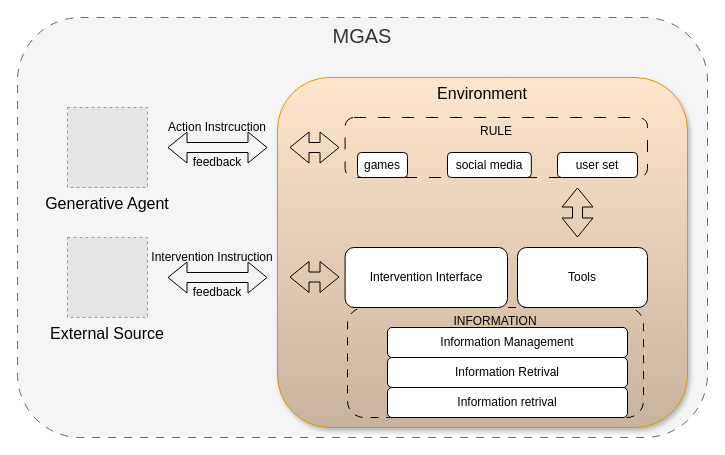
Before: page "Construction_simulation" (3 of 6) of Sim_Survey.drawio in bianhua-12/Multi-generative_Agent_System_survey, a draw.io diagram. Source tidied: cells renumbered, new cells numbered last; positions are measured from the earlier drawing's top-left corner, leaving out a move shared by most shapes. Both pictures are drawn from the tidied source at 100%, with x=0, y=0 at pixel (17, 17). Pictures stored in the file or linked from it are replaced by grey dashed boxes.
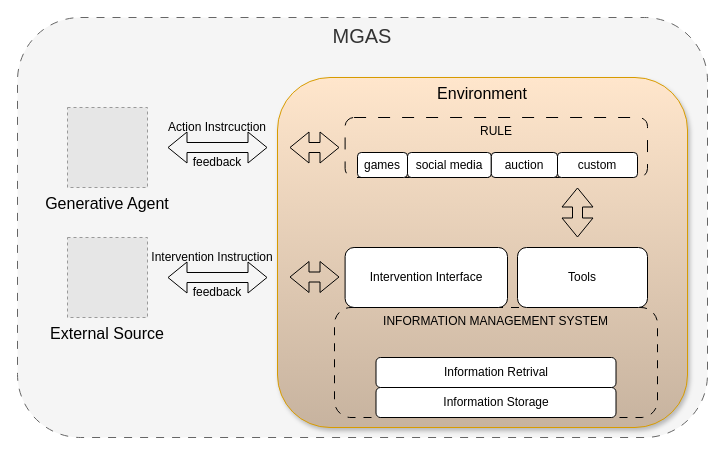
Above is the later version.

What changed in the source:
```diff
@@
-    <mxCell id="14" value="INFORMATION" style="rounded=1;whiteSpace=wrap;html=1;fillColor=none;dashed=1;dashPattern=8 8;align=center;verticalAlign=top;" parent="1" vertex="1">
-      <mxGeometry x="330" y="290" width="296" height="110" as="geometry" />
+    <mxCell id="14" value="INFORMATION MANAGEMENT SYSTEM" style="rounded=1;whiteSpace=wrap;html=1;fillColor=none;dashed=1;dashPattern=8 8;align=center;verticalAlign=top;" parent="1" vertex="1">
+      <mxGeometry x="317" y="290" width="323" height="110" as="geometry" />
     </mxCell>
     <mxCell id="15" style="group;fillColor=none;fillStyle=hatch;" parent="1" vertex="1">
-      <mxGeometry x="370" y="310" width="240" height="90" as="geometry" />
+      <mxGeometry x="358.5" y="310" width="240" height="90" as="geometry" />
     </mxCell>
@@
-    <mxCell id="17" value="Information retrival" style="rounded=1;whiteSpace=wrap;html=1;fillColor=#FFFFFF;strokeColor=default;" parent="15" vertex="1">
+    <mxCell id="17" value="Information Storage" style="rounded=1;whiteSpace=wrap;html=1;fillColor=#FFFFFF;strokeColor=default;" parent="15" vertex="1">
       <mxGeometry y="60" width="240" height="30" as="geometry" />
     </mxCell>
-    <mxCell id="18" value="Information Management" style="rounded=1;whiteSpace=wrap;html=1;fillColor=#FFFFFF;strokeColor=default;" parent="15" vertex="1">
-      <mxGeometry width="240" height="30" as="geometry" />
-    </mxCell>
@@
+    <mxCell id="24" value="RULE" style="rounded=1;whiteSpace=wrap;html=1;fillColor=none;dashed=1;dashPattern=12 12;verticalAlign=top;" parent="1" vertex="1">
+      <mxGeometry x="327.6" y="100" width="302.4" height="60" as="geometry" />
+    </mxCell>
     <mxCell id="22" value="social media" style="rounded=1;whiteSpace=wrap;html=1;" parent="1" vertex="1">
-      <mxGeometry x="430" y="135" width="83.8" height="25" as="geometry" />
+      <mxGeometry x="390" y="135" width="83.8" height="25" as="geometry" />
     </mxCell>
-    <mxCell id="23" value="user set" style="rounded=1;whiteSpace=wrap;html=1;" parent="1" vertex="1">
+    <mxCell id="23" value="&lt;div&gt;custom&lt;/div&gt;" style="rounded=1;whiteSpace=wrap;html=1;" parent="1" vertex="1">
       <mxGeometry x="540" y="135" width="80" height="25" as="geometry" />
     </mxCell>
-    <mxCell id="24" value="RULE" style="rounded=1;whiteSpace=wrap;html=1;fillColor=none;dashed=1;dashPattern=12 12;verticalAlign=top;" parent="1" vertex="1">
-      <mxGeometry x="327.6" y="100" width="302.4" height="60" as="geometry" />
-    </mxCell>
@@
+    <mxCell id="28" value="&lt;div&gt;auction&lt;/div&gt;" style="rounded=1;whiteSpace=wrap;html=1;" parent="1" vertex="1">
+      <mxGeometry x="473.8" y="135" width="66.2" height="25" as="geometry" />
+    </mxCell>
```
